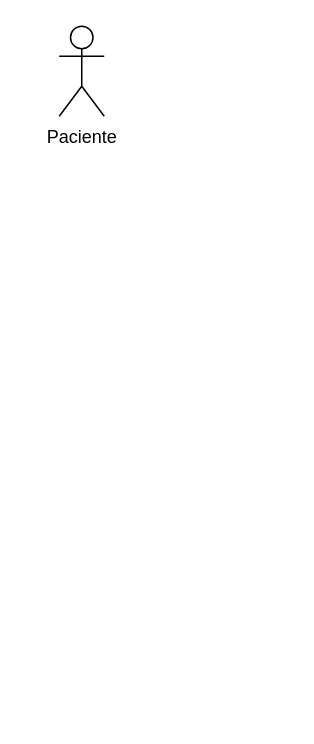
This is Untitled Diagram.drawio from aalicav/medplus-diagrams, a draw.io file, before an edit. Source tidied: cells renumbered, new cells numbered last; positions are measured from the earlier drawing's top-left corner, leaving out a move shared by most shapes. Both pictures are drawn from the tidied source at 150%, with x=0, y=0 at pixel (58, 26).
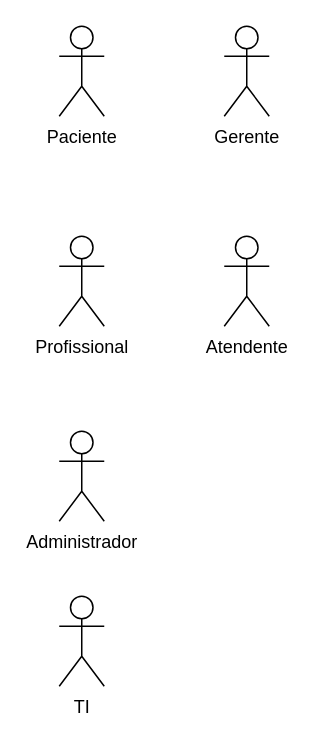
The same page after the edit.

The edit, as a diff of the source:
```diff
@@
 <mxGraphModel>
   <root>
     <mxCell id="0" />
     <mxCell id="1" parent="0" />
     <mxCell id="2" value="Paciente" style="shape=umlActor;verticalLabelPosition=bottom;verticalAlign=top;html=1;" parent="1" vertex="1">
       <mxGeometry width="30" height="60" as="geometry" />
     </mxCell>
+    <mxCell id="3" value="Profissional&lt;div&gt;&lt;br&gt;&lt;/div&gt;" style="shape=umlActor;verticalLabelPosition=bottom;verticalAlign=top;html=1;" parent="1" vertex="1">
+      <mxGeometry y="140" width="30" height="60" as="geometry" />
+    </mxCell>
+    <mxCell id="4" value="Administrador&lt;div&gt;&lt;br&gt;&lt;/div&gt;" style="shape=umlActor;verticalLabelPosition=bottom;verticalAlign=top;html=1;" parent="1" vertex="1">
+      <mxGeometry y="270" width="30" height="60" as="geometry" />
+    </mxCell>
+    <mxCell id="5" value="TI" style="shape=umlActor;verticalLabelPosition=bottom;verticalAlign=top;html=1;" parent="1" vertex="1">
+      <mxGeometry y="380" width="30" height="60" as="geometry" />
+    </mxCell>
+    <mxCell id="6" value="Gerente" style="shape=umlActor;verticalLabelPosition=bottom;verticalAlign=top;html=1;" parent="1" vertex="1">
+      <mxGeometry x="110" width="30" height="60" as="geometry" />
+    </mxCell>
+    <mxCell id="7" value="Atendente&lt;div&gt;&lt;br&gt;&lt;/div&gt;" style="shape=umlActor;verticalLabelPosition=bottom;verticalAlign=top;html=1;" parent="1" vertex="1">
+      <mxGeometry x="110" y="140" width="30" height="60" as="geometry" />
+    </mxCell>
   </root>
 </mxGraphModel>
```
